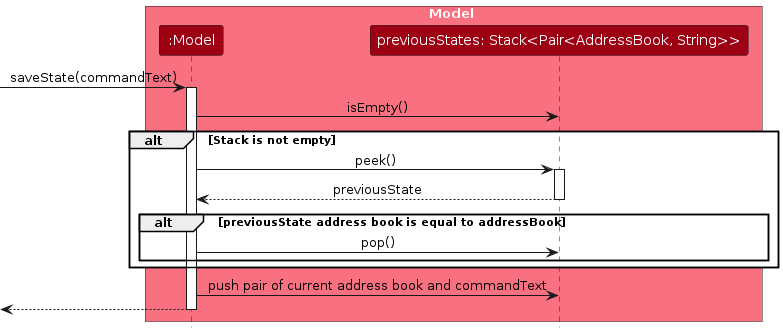
Above: diagrams/ModelSaveState.png in AY2425S2-CS2103T-T10-1/tp (PlantUML), before the change. Its source is kept beside it as diagrams/ModelSaveState.puml. Its diagram source:
```plantuml
@startuml
!include style.puml
skinparam ArrowFontStyle plain

box Model MODEL_COLOR_T1
participant ":Model" as MM MODEL_COLOR
participant "previousStates: Stack<Pair<AddressBook, String>>" as Stack MODEL_COLOR
end box

[-> MM : saveState(commandText)
activate MM

MM -> Stack: isEmpty()
alt Stack is not empty
    MM -> Stack: peek()
    activate Stack
    Stack --> MM: previousState
    deactivate Stack
    alt previousState address book is equal to addressBook
         MM -> Stack: pop()
    end alt
end alt
MM -> Stack: push pair of current address book and commandText

[<--MM
deactivate MM

@enduml
```
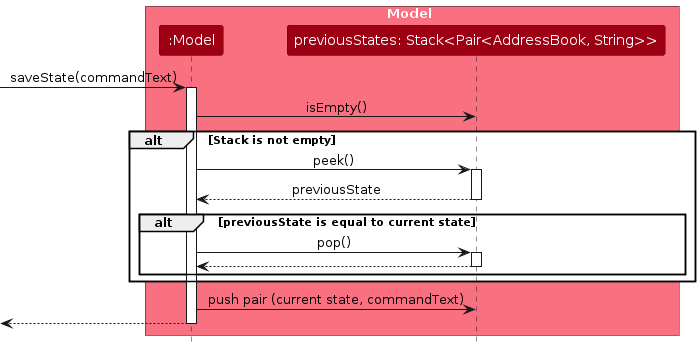
The same file after the commit.

Diff of the diagram source:
```diff
@@ -16,11 +16,14 @@
     activate Stack
     Stack --> MM: previousState
     deactivate Stack
-    alt previousState address book is equal to addressBook
+    alt previousState is equal to current state
          MM -> Stack: pop()
+         activate Stack
+         Stack --> MM
+         deactivate Stack
     end alt
 end alt
-MM -> Stack: push pair of current address book and commandText
+MM -> Stack: push pair (current state, commandText)
 
 [<--MM
 deactivate MM
```
